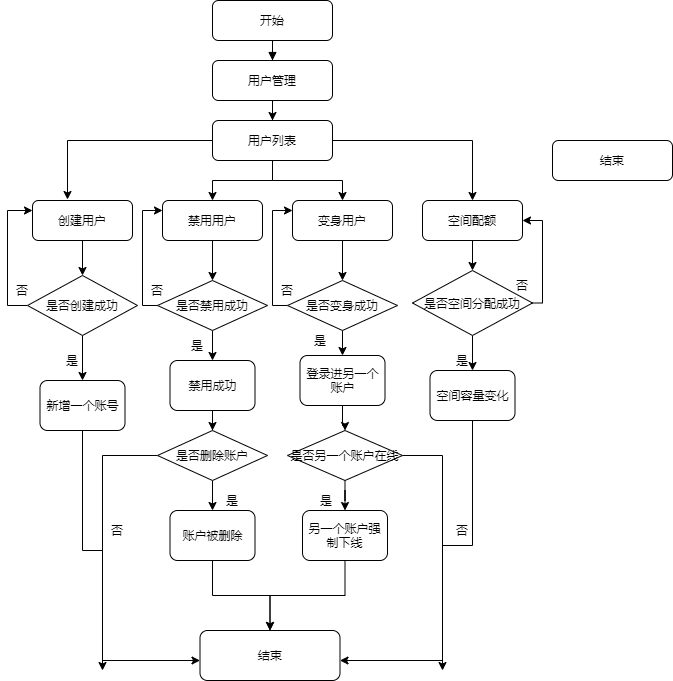
Before: 用户管理流程图.png, a diagram exported from draw.io (deepinsea/draw). Source tidied: cells renumbered, new cells last; positions are measured from the earlier drawing's top-left corner, leaving out a move shared by most shapes. The source it was exported from:
```xml
<mxGraphModel>
  <root>
    <mxCell id="0" />
    <mxCell id="1" parent="0" />
    <mxCell id="2" style="edgeStyle=orthogonalEdgeStyle;rounded=0;jettySize=auto;html=1;entryX=0.5;entryY=0;entryDx=0;entryDy=0;" parent="1" edge="1" source="3" target="12">
      <mxGeometry relative="1" as="geometry" />
    </mxCell>
    <mxCell id="3" value="用户管理" style="rounded=1;whiteSpace=wrap;html=1;fontSize=12;glass=0;strokeWidth=1;shadow=0;" parent="1" vertex="1">
      <mxGeometry x="210" y="60" width="120" height="40" as="geometry" />
    </mxCell>
    <mxCell id="4" style="edgeStyle=orthogonalEdgeStyle;rounded=0;jettySize=auto;html=1;entryX=0.5;entryY=0;entryDx=0;entryDy=0;endArrow=block;endFill=1;" parent="1" edge="1" source="5" target="3">
      <mxGeometry relative="1" as="geometry" />
    </mxCell>
    <mxCell id="5" value="开始" style="rounded=1;whiteSpace=wrap;html=1;fontSize=12;glass=0;strokeWidth=1;shadow=0;" parent="1" vertex="1">
      <mxGeometry x="210" width="120" height="40" as="geometry" />
    </mxCell>
    <mxCell id="6" style="edgeStyle=orthogonalEdgeStyle;rounded=0;jettySize=auto;html=1;startArrow=none;startFill=0;endArrow=classic;endFill=1;" parent="1" edge="1" source="7">
      <mxGeometry relative="1" as="geometry">
        <mxPoint x="100" y="670" as="targetPoint" />
      </mxGeometry>
    </mxCell>
    <mxCell id="7" value="新增一个账号" style="rounded=1;whiteSpace=wrap;html=1;fontSize=12;glass=0;strokeWidth=1;shadow=0;" parent="1" vertex="1">
      <mxGeometry x="37.5" y="380" width="85" height="50" as="geometry" />
    </mxCell>
    <mxCell id="8" style="edgeStyle=orthogonalEdgeStyle;rounded=0;jettySize=auto;html=1;entryX=0.35;entryY=-0.025;entryDx=0;entryDy=0;entryPerimeter=0;" parent="1" edge="1" source="12" target="17">
      <mxGeometry relative="1" as="geometry" />
    </mxCell>
    <mxCell id="9" style="edgeStyle=orthogonalEdgeStyle;rounded=0;jettySize=auto;html=1;entryX=0.5;entryY=0;entryDx=0;entryDy=0;" parent="1" edge="1" source="12" target="15">
      <mxGeometry relative="1" as="geometry" />
    </mxCell>
    <mxCell id="10" style="edgeStyle=orthogonalEdgeStyle;rounded=0;jettySize=auto;html=1;" parent="1" edge="1" source="12" target="19">
      <mxGeometry relative="1" as="geometry" />
    </mxCell>
    <mxCell id="11" style="edgeStyle=orthogonalEdgeStyle;rounded=0;jettySize=auto;html=1;entryX=0.5;entryY=0;entryDx=0;entryDy=0;" parent="1" edge="1" source="12" target="21">
      <mxGeometry relative="1" as="geometry" />
    </mxCell>
    <mxCell id="12" value="用户列表" style="rounded=1;whiteSpace=wrap;html=1;fontSize=12;glass=0;strokeWidth=1;shadow=0;" parent="1" vertex="1">
      <mxGeometry x="210" y="120" width="120" height="40" as="geometry" />
    </mxCell>
    <mxCell id="13" value="结束" style="rounded=1;whiteSpace=wrap;html=1;fontSize=12;glass=0;strokeWidth=1;shadow=0;" parent="1" vertex="1">
      <mxGeometry x="550" y="140" width="120" height="40" as="geometry" />
    </mxCell>
    <mxCell id="14" style="edgeStyle=orthogonalEdgeStyle;rounded=0;jettySize=auto;html=1;entryX=0.5;entryY=0;entryDx=0;entryDy=0;" parent="1" edge="1" source="15" target="30">
      <mxGeometry relative="1" as="geometry" />
    </mxCell>
    <mxCell id="15" value="禁用用户" style="rounded=1;whiteSpace=wrap;html=1;fontSize=12;glass=0;strokeWidth=1;shadow=0;" parent="1" vertex="1">
      <mxGeometry x="160" y="200" width="100" height="40" as="geometry" />
    </mxCell>
    <mxCell id="16" style="edgeStyle=orthogonalEdgeStyle;rounded=0;jettySize=auto;html=1;entryX=0.5;entryY=0;entryDx=0;entryDy=0;" parent="1" edge="1" source="17" target="24">
      <mxGeometry relative="1" as="geometry" />
    </mxCell>
    <mxCell id="17" value="创建用户" style="rounded=1;whiteSpace=wrap;html=1;fontSize=12;glass=0;strokeWidth=1;shadow=0;" parent="1" vertex="1">
      <mxGeometry x="30" y="200" width="100" height="40" as="geometry" />
    </mxCell>
    <mxCell id="18" style="edgeStyle=orthogonalEdgeStyle;rounded=0;jettySize=auto;html=1;entryX=0.5;entryY=0;entryDx=0;entryDy=0;" parent="1" edge="1" source="19" target="33">
      <mxGeometry relative="1" as="geometry" />
    </mxCell>
    <mxCell id="19" value="变身用户" style="rounded=1;whiteSpace=wrap;html=1;fontSize=12;glass=0;strokeWidth=1;shadow=0;" parent="1" vertex="1">
      <mxGeometry x="290" y="200" width="100" height="40" as="geometry" />
    </mxCell>
    <mxCell id="20" style="edgeStyle=orthogonalEdgeStyle;rounded=0;jettySize=auto;html=1;entryX=0.5;entryY=0;entryDx=0;entryDy=0;" parent="1" edge="1" source="21" target="27">
      <mxGeometry relative="1" as="geometry" />
    </mxCell>
    <mxCell id="21" value="空间配额" style="rounded=1;whiteSpace=wrap;html=1;fontSize=12;glass=0;strokeWidth=1;shadow=0;" parent="1" vertex="1">
      <mxGeometry x="420" y="200" width="100" height="40" as="geometry" />
    </mxCell>
    <mxCell id="22" style="edgeStyle=orthogonalEdgeStyle;rounded=0;jettySize=auto;html=1;entryX=0;entryY=0.25;entryDx=0;entryDy=0;" parent="1" edge="1" source="24" target="17">
      <mxGeometry relative="1" as="geometry">
        <Array as="points">
          <mxPoint x="5" y="305" />
          <mxPoint x="5" y="210" />
        </Array>
      </mxGeometry>
    </mxCell>
    <mxCell id="23" style="edgeStyle=orthogonalEdgeStyle;rounded=0;jettySize=auto;html=1;entryX=0.5;entryY=0;entryDx=0;entryDy=0;" parent="1" edge="1" source="24" target="7">
      <mxGeometry relative="1" as="geometry" />
    </mxCell>
    <mxCell id="24" value="是否创建成功" style="rhombus;whiteSpace=wrap;html=1;" parent="1" vertex="1">
      <mxGeometry x="25" y="275" width="110" height="60" as="geometry" />
    </mxCell>
    <mxCell id="25" style="edgeStyle=orthogonalEdgeStyle;rounded=0;jettySize=auto;html=1;entryX=1;entryY=0.5;entryDx=0;entryDy=0;" parent="1" edge="1" source="27" target="21">
      <mxGeometry relative="1" as="geometry">
        <Array as="points">
          <mxPoint x="540" y="303" />
          <mxPoint x="540" y="220" />
        </Array>
      </mxGeometry>
    </mxCell>
    <mxCell id="26" style="edgeStyle=orthogonalEdgeStyle;rounded=0;jettySize=auto;html=1;entryX=0.5;entryY=0;entryDx=0;entryDy=0;" parent="1" edge="1" source="27" target="49">
      <mxGeometry relative="1" as="geometry" />
    </mxCell>
    <mxCell id="27" value="是否空间分配成功" style="rhombus;whiteSpace=wrap;html=1;" parent="1" vertex="1">
      <mxGeometry x="410" y="270" width="120" height="65" as="geometry" />
    </mxCell>
    <mxCell id="28" style="edgeStyle=orthogonalEdgeStyle;rounded=0;jettySize=auto;html=1;entryX=0;entryY=0.25;entryDx=0;entryDy=0;" parent="1" edge="1" source="30" target="15">
      <mxGeometry relative="1" as="geometry">
        <Array as="points">
          <mxPoint x="140" y="305" />
          <mxPoint x="140" y="210" />
        </Array>
      </mxGeometry>
    </mxCell>
    <mxCell id="29" style="edgeStyle=orthogonalEdgeStyle;rounded=0;jettySize=auto;html=1;entryX=0.5;entryY=0;entryDx=0;entryDy=0;" parent="1" edge="1" source="30" target="39">
      <mxGeometry relative="1" as="geometry" />
    </mxCell>
    <mxCell id="30" value="是否禁用成功" style="rhombus;whiteSpace=wrap;html=1;" parent="1" vertex="1">
      <mxGeometry x="155" y="280" width="110" height="50" as="geometry" />
    </mxCell>
    <mxCell id="31" style="edgeStyle=orthogonalEdgeStyle;rounded=0;jettySize=auto;html=1;entryX=0;entryY=0.25;entryDx=0;entryDy=0;" parent="1" edge="1" source="33" target="19">
      <mxGeometry relative="1" as="geometry">
        <Array as="points">
          <mxPoint x="270" y="305" />
          <mxPoint x="270" y="210" />
        </Array>
      </mxGeometry>
    </mxCell>
    <mxCell id="32" style="edgeStyle=orthogonalEdgeStyle;rounded=0;jettySize=auto;html=1;entryX=0.5;entryY=0;entryDx=0;entryDy=0;" parent="1" edge="1" source="33" target="41">
      <mxGeometry relative="1" as="geometry" />
    </mxCell>
    <mxCell id="33" value="是否变身成功" style="rhombus;whiteSpace=wrap;html=1;" parent="1" vertex="1">
      <mxGeometry x="285" y="280" width="110" height="50" as="geometry" />
    </mxCell>
    <mxCell id="34" value="否" style="text;html=1;strokeColor=none;fillColor=none;align=center;verticalAlign=middle;whiteSpace=wrap;rounded=0;" parent="1" vertex="1">
      <mxGeometry x="135" y="280" width="40" height="20" as="geometry" />
    </mxCell>
    <mxCell id="35" value="否" style="text;html=1;strokeColor=none;fillColor=none;align=center;verticalAlign=middle;whiteSpace=wrap;rounded=0;" parent="1" vertex="1">
      <mxGeometry y="280" width="40" height="20" as="geometry" />
    </mxCell>
    <mxCell id="36" value="否" style="text;html=1;strokeColor=none;fillColor=none;align=center;verticalAlign=middle;whiteSpace=wrap;rounded=0;" parent="1" vertex="1">
      <mxGeometry x="265" y="280" width="40" height="20" as="geometry" />
    </mxCell>
    <mxCell id="37" value="否" style="text;html=1;strokeColor=none;fillColor=none;align=center;verticalAlign=middle;whiteSpace=wrap;rounded=0;" parent="1" vertex="1">
      <mxGeometry x="500" y="275" width="40" height="20" as="geometry" />
    </mxCell>
    <mxCell id="38" style="edgeStyle=orthogonalEdgeStyle;rounded=0;jettySize=auto;html=1;entryX=0.5;entryY=0;entryDx=0;entryDy=0;" parent="1" edge="1" source="39" target="44">
      <mxGeometry relative="1" as="geometry" />
    </mxCell>
    <mxCell id="39" value="禁用成功" style="rounded=1;whiteSpace=wrap;html=1;fontSize=12;glass=0;strokeWidth=1;shadow=0;" parent="1" vertex="1">
      <mxGeometry x="167.5" y="360" width="85" height="50" as="geometry" />
    </mxCell>
    <mxCell id="40" style="edgeStyle=orthogonalEdgeStyle;rounded=0;jettySize=auto;html=1;entryX=0.5;entryY=0;entryDx=0;entryDy=0;" parent="1" edge="1" source="41" target="53">
      <mxGeometry relative="1" as="geometry" />
    </mxCell>
    <mxCell id="41" value="登录进另一个账户" style="rounded=1;whiteSpace=wrap;html=1;fontSize=12;glass=0;strokeWidth=1;shadow=0;" parent="1" vertex="1">
      <mxGeometry x="297.5" y="355" width="85" height="50" as="geometry" />
    </mxCell>
    <mxCell id="42" style="edgeStyle=orthogonalEdgeStyle;rounded=0;jettySize=auto;html=1;entryX=0.5;entryY=0;entryDx=0;entryDy=0;" parent="1" edge="1" source="44" target="55">
      <mxGeometry relative="1" as="geometry" />
    </mxCell>
    <mxCell id="43" style="edgeStyle=orthogonalEdgeStyle;rounded=0;jettySize=auto;html=1;endArrow=none;endFill=0;" parent="1" edge="1" source="44">
      <mxGeometry relative="1" as="geometry">
        <mxPoint x="100" y="660" as="targetPoint" />
      </mxGeometry>
    </mxCell>
    <mxCell id="44" value="是否删除账户" style="rhombus;whiteSpace=wrap;html=1;" parent="1" vertex="1">
      <mxGeometry x="155" y="430" width="110" height="50" as="geometry" />
    </mxCell>
    <mxCell id="45" value="是" style="text;html=1;strokeColor=none;fillColor=none;align=center;verticalAlign=middle;whiteSpace=wrap;rounded=0;" parent="1" vertex="1">
      <mxGeometry x="50" y="350" width="40" height="20" as="geometry" />
    </mxCell>
    <mxCell id="46" value="是" style="text;html=1;strokeColor=none;fillColor=none;align=center;verticalAlign=middle;whiteSpace=wrap;rounded=0;" parent="1" vertex="1">
      <mxGeometry x="175" y="335" width="40" height="20" as="geometry" />
    </mxCell>
    <mxCell id="47" value="是" style="text;html=1;strokeColor=none;fillColor=none;align=center;verticalAlign=middle;whiteSpace=wrap;rounded=0;" parent="1" vertex="1">
      <mxGeometry x="297.5" y="330" width="40" height="20" as="geometry" />
    </mxCell>
    <mxCell id="48" style="edgeStyle=orthogonalEdgeStyle;rounded=0;jettySize=auto;html=1;startArrow=none;startFill=0;endArrow=classic;endFill=1;" parent="1" edge="1" source="49">
      <mxGeometry relative="1" as="geometry">
        <mxPoint x="440" y="670" as="targetPoint" />
      </mxGeometry>
    </mxCell>
    <mxCell id="49" value="空间容量变化" style="rounded=1;whiteSpace=wrap;html=1;fontSize=12;glass=0;strokeWidth=1;shadow=0;" parent="1" vertex="1">
      <mxGeometry x="427.5" y="370" width="85" height="50" as="geometry" />
    </mxCell>
    <mxCell id="50" value="是" style="text;html=1;strokeColor=none;fillColor=none;align=center;verticalAlign=middle;whiteSpace=wrap;rounded=0;" parent="1" vertex="1">
      <mxGeometry x="440" y="350" width="40" height="20" as="geometry" />
    </mxCell>
    <mxCell id="51" style="edgeStyle=orthogonalEdgeStyle;rounded=0;jettySize=auto;html=1;entryX=0.5;entryY=0;entryDx=0;entryDy=0;" parent="1" edge="1" source="53" target="57">
      <mxGeometry relative="1" as="geometry" />
    </mxCell>
    <mxCell id="52" style="edgeStyle=orthogonalEdgeStyle;rounded=0;jettySize=auto;html=1;startArrow=none;startFill=0;endArrow=none;endFill=0;" parent="1" edge="1" source="53">
      <mxGeometry relative="1" as="geometry">
        <mxPoint x="440" y="660" as="targetPoint" />
      </mxGeometry>
    </mxCell>
    <mxCell id="53" value="是否另一个账户在线" style="rhombus;whiteSpace=wrap;html=1;" parent="1" vertex="1">
      <mxGeometry x="285" y="430" width="115" height="50" as="geometry" />
    </mxCell>
    <mxCell id="54" style="edgeStyle=orthogonalEdgeStyle;rounded=0;jettySize=auto;html=1;startArrow=none;startFill=0;endArrow=classic;endFill=1;" parent="1" edge="1" source="55" target="62">
      <mxGeometry relative="1" as="geometry" />
    </mxCell>
    <mxCell id="55" value="账户被删除" style="rounded=1;whiteSpace=wrap;html=1;fontSize=12;glass=0;strokeWidth=1;shadow=0;" parent="1" vertex="1">
      <mxGeometry x="167.5" y="510" width="85" height="50" as="geometry" />
    </mxCell>
    <mxCell id="56" style="edgeStyle=orthogonalEdgeStyle;rounded=0;jettySize=auto;html=1;entryX=0.5;entryY=0;entryDx=0;entryDy=0;startArrow=none;startFill=0;endArrow=classic;endFill=1;" parent="1" edge="1" source="57" target="62">
      <mxGeometry relative="1" as="geometry" />
    </mxCell>
    <mxCell id="57" value="另一个账户强制下线" style="rounded=1;whiteSpace=wrap;html=1;fontSize=12;glass=0;strokeWidth=1;shadow=0;" parent="1" vertex="1">
      <mxGeometry x="300" y="510" width="85" height="50" as="geometry" />
    </mxCell>
    <mxCell id="58" value="是" style="text;html=1;strokeColor=none;fillColor=none;align=center;verticalAlign=middle;whiteSpace=wrap;rounded=0;" parent="1" vertex="1">
      <mxGeometry x="210" y="490" width="40" height="20" as="geometry" />
    </mxCell>
    <mxCell id="59" value="是" style="text;html=1;strokeColor=none;fillColor=none;align=center;verticalAlign=middle;whiteSpace=wrap;rounded=0;" parent="1" vertex="1">
      <mxGeometry x="304" y="490" width="40" height="20" as="geometry" />
    </mxCell>
    <mxCell id="60" style="edgeStyle=orthogonalEdgeStyle;rounded=0;jettySize=auto;html=1;endArrow=none;endFill=0;startArrow=classic;startFill=1;" parent="1" edge="1" source="62">
      <mxGeometry relative="1" as="geometry">
        <mxPoint x="100" y="655" as="targetPoint" />
        <Array as="points">
          <mxPoint x="100" y="660" />
        </Array>
      </mxGeometry>
    </mxCell>
    <mxCell id="61" style="edgeStyle=orthogonalEdgeStyle;rounded=0;jettySize=auto;html=1;startArrow=classic;startFill=1;endArrow=none;endFill=0;" parent="1" edge="1" source="62">
      <mxGeometry relative="1" as="geometry">
        <mxPoint x="440" y="655" as="targetPoint" />
        <Array as="points">
          <mxPoint x="440" y="660" />
        </Array>
      </mxGeometry>
    </mxCell>
    <mxCell id="62" value="结束" style="rounded=1;whiteSpace=wrap;html=1;fontSize=12;glass=0;strokeWidth=1;shadow=0;" parent="1" vertex="1">
      <mxGeometry x="197.5" y="630" width="140" height="50" as="geometry" />
    </mxCell>
    <mxCell id="63" value="否" style="text;html=1;strokeColor=none;fillColor=none;align=center;verticalAlign=middle;whiteSpace=wrap;rounded=0;" parent="1" vertex="1">
      <mxGeometry x="95" y="520" width="40" height="20" as="geometry" />
    </mxCell>
    <mxCell id="64" value="否" style="text;html=1;strokeColor=none;fillColor=none;align=center;verticalAlign=middle;whiteSpace=wrap;rounded=0;" parent="1" vertex="1">
      <mxGeometry x="440" y="520" width="40" height="20" as="geometry" />
    </mxCell>
  </root>
</mxGraphModel>
```
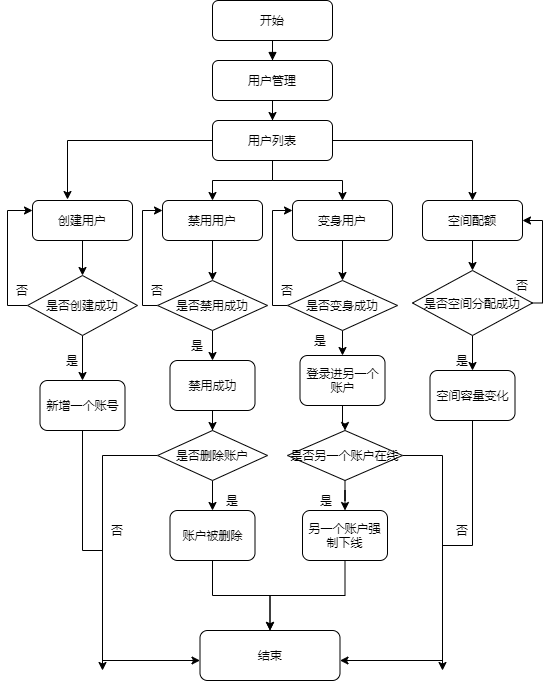
Above is the later version.

Commit message:
更新用户管理流程图.png

What changed in the source:
```diff
@@ -37,9 +37,6 @@
     <mxCell id="12" value="用户列表" style="rounded=1;whiteSpace=wrap;html=1;fontSize=12;glass=0;strokeWidth=1;shadow=0;" parent="1" vertex="1">
       <mxGeometry x="210" y="120" width="120" height="40" as="geometry" />
     </mxCell>
-    <mxCell id="13" value="结束" style="rounded=1;whiteSpace=wrap;html=1;fontSize=12;glass=0;strokeWidth=1;shadow=0;" parent="1" vertex="1">
-      <mxGeometry x="550" y="140" width="120" height="40" as="geometry" />
-    </mxCell>
     <mxCell id="14" style="edgeStyle=orthogonalEdgeStyle;rounded=0;jettySize=auto;html=1;entryX=0.5;entryY=0;entryDx=0;entryDy=0;" parent="1" edge="1" source="15" target="30">
       <mxGeometry relative="1" as="geometry" />
     </mxCell>
```
